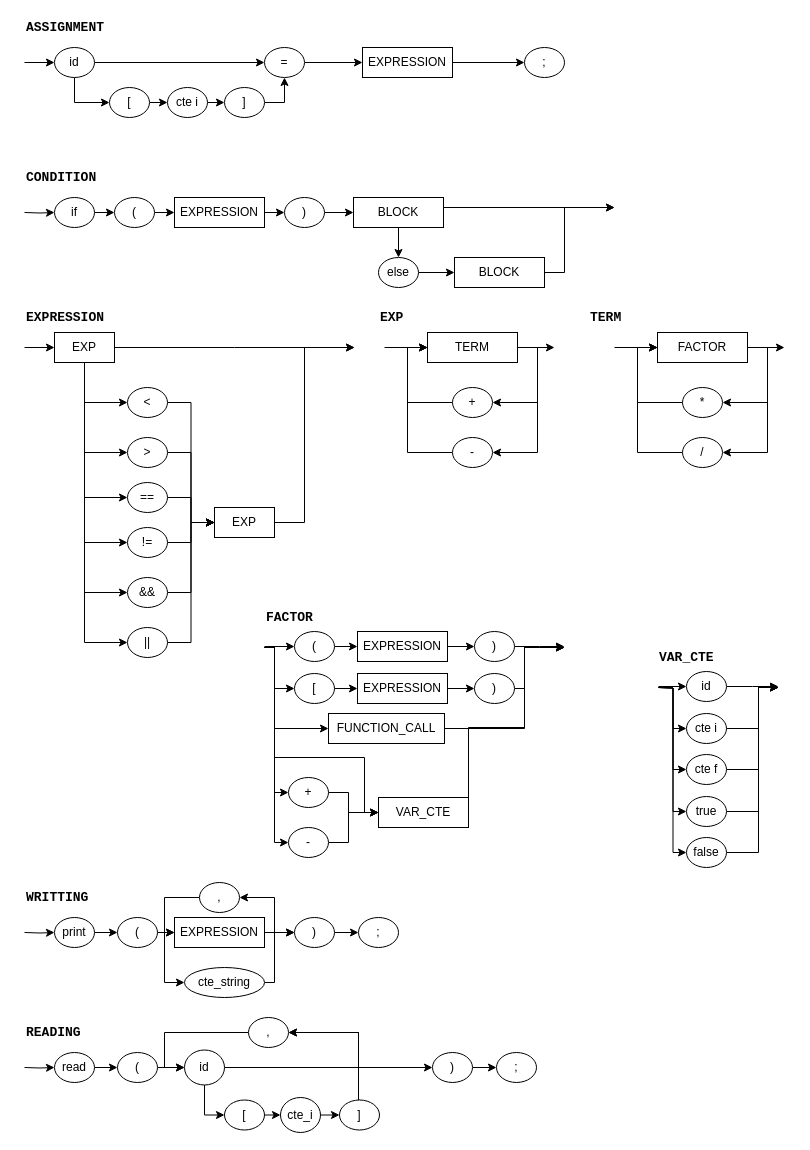
Above: page "Page-3" (3 of 4) of documentacion/diagramasGramaticaMaps.drawio in RCH010/manchas (draw.io), before the change. Source tidied: cells renumbered, new cells numbered last; positions are measured from the earlier drawing's top-left corner, leaving out a move shared by most shapes. Both pictures are drawn from the tidied source at 100%, with x=0, y=0 at pixel (24, 17).
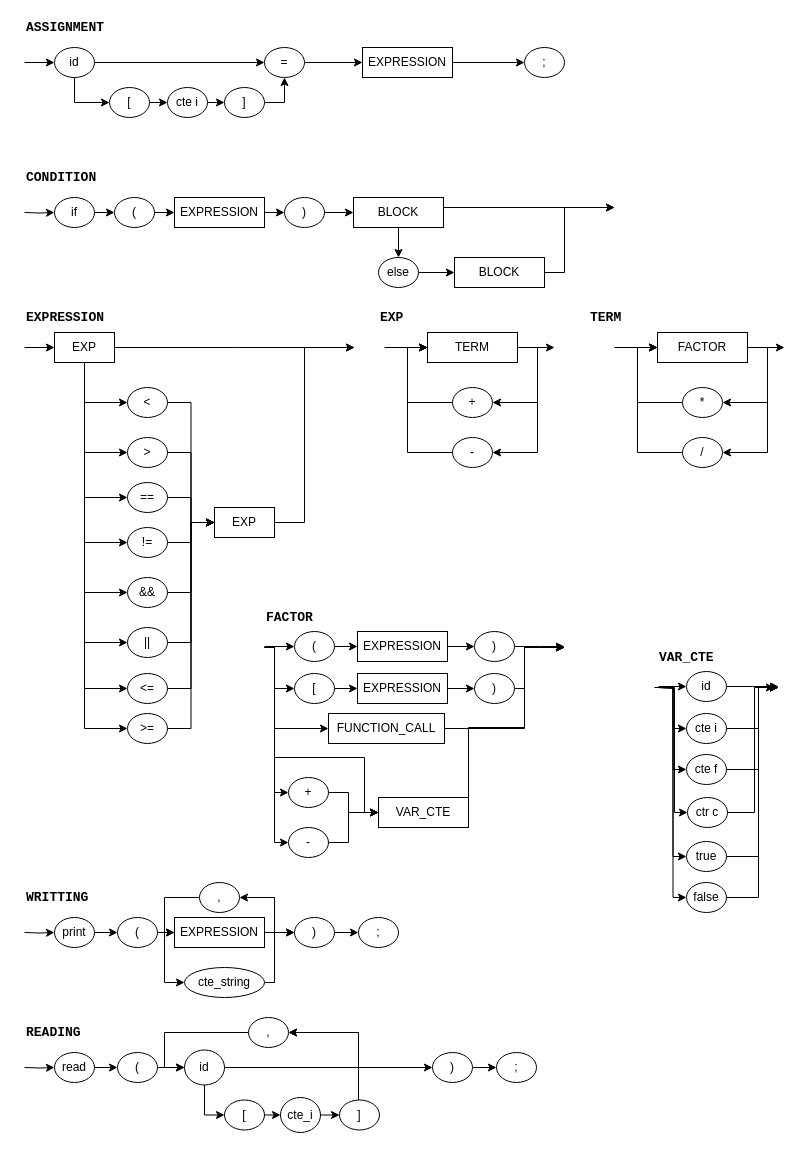
After the change.

The change refers to these unchanged cells:
```xml
<mxCell id="44" value="EXP" style="whiteSpace=wrap;html=1;" parent="1" vertex="1">
  <mxGeometry x="30" y="315" width="60" height="30" as="geometry" />
</mxCell>
<mxCell id="58" value="EXP" style="whiteSpace=wrap;html=1;" parent="1" vertex="1">
  <mxGeometry x="190" y="490" width="60" height="30" as="geometry" />
</mxCell>
```

Diff of the diagram source:
```diff
@@
     <mxCell id="104" style="edgeStyle=orthogonalEdgeStyle;rounded=0;jettySize=auto;html=1;exitX=1;exitY=0.5;exitDx=0;exitDy=0;fontFamily=Courier New;fontSize=13;startArrow=none;startFill=0;endArrow=classic;endFill=1;" parent="1" edge="1" source="105">
       <mxGeometry relative="1" as="geometry">
         <mxPoint x="754" y="670" as="targetPoint" />
         <Array as="points">
-          <mxPoint x="734" y="794" />
+          <mxPoint x="734" y="839" />
           <mxPoint x="734" y="670" />
         </Array>
       </mxGeometry>
     </mxCell>
     <mxCell id="105" value="true" style="ellipse;whiteSpace=wrap;html=1;" parent="1" vertex="1">
-      <mxGeometry x="662" y="779" width="40" height="30" as="geometry" />
+      <mxGeometry x="662" y="824" width="40" height="30" as="geometry" />
     </mxCell>
     <mxCell id="106" style="edgeStyle=orthogonalEdgeStyle;rounded=0;jettySize=auto;html=1;exitX=1;exitY=0.5;exitDx=0;exitDy=0;fontFamily=Courier New;fontSize=13;startArrow=none;startFill=0;endArrow=classic;endFill=1;" parent="1" edge="1" source="107">
       <mxGeometry relative="1" as="geometry">
         <mxPoint x="754" y="670" as="targetPoint" />
         <Array as="points">
-          <mxPoint x="734" y="835" />
+          <mxPoint x="734" y="880" />
           <mxPoint x="734" y="670" />
         </Array>
       </mxGeometry>
     </mxCell>
     <mxCell id="107" value="false" style="ellipse;whiteSpace=wrap;html=1;" parent="1" vertex="1">
-      <mxGeometry x="662" y="820" width="40" height="30" as="geometry" />
+      <mxGeometry x="662" y="865" width="40" height="30" as="geometry" />
     </mxCell>
@@
+    <mxCell id="160" style="edgeStyle=orthogonalEdgeStyle;rounded=0;jettySize=auto;html=1;exitX=1;exitY=0.5;exitDx=0;exitDy=0;entryX=0;entryY=0.5;entryDx=0;entryDy=0;" parent="1" edge="1" source="161" target="58">
+      <mxGeometry relative="1" as="geometry" />
+    </mxCell>
+    <mxCell id="161" value="&amp;lt;=" style="ellipse;whiteSpace=wrap;html=1;" parent="1" vertex="1">
+      <mxGeometry x="103" y="656" width="40" height="30" as="geometry" />
+    </mxCell>
+    <mxCell id="162" style="edgeStyle=orthogonalEdgeStyle;rounded=0;jettySize=auto;html=1;exitX=1;exitY=0.5;exitDx=0;exitDy=0;entryX=0;entryY=0.5;entryDx=0;entryDy=0;" parent="1" edge="1" source="163" target="58">
+      <mxGeometry relative="1" as="geometry" />
+    </mxCell>
+    <mxCell id="163" value="&amp;gt;=" style="ellipse;whiteSpace=wrap;html=1;" parent="1" vertex="1">
+      <mxGeometry x="103" y="696" width="40" height="30" as="geometry" />
+    </mxCell>
+    <mxCell id="164" style="edgeStyle=orthogonalEdgeStyle;rounded=0;jettySize=auto;html=1;exitX=0.5;exitY=1;exitDx=0;exitDy=0;entryX=0;entryY=0.5;entryDx=0;entryDy=0;fontFamily=Courier New;fontSize=13;startArrow=none;startFill=0;endArrow=classic;endFill=1;" parent="1" edge="1" source="44" target="161">
+      <mxGeometry relative="1" as="geometry">
+        <Array as="points">
+          <mxPoint x="60" y="671" />
+        </Array>
+      </mxGeometry>
+    </mxCell>
+    <mxCell id="165" style="edgeStyle=orthogonalEdgeStyle;rounded=0;jettySize=auto;html=1;exitX=0.5;exitY=1;exitDx=0;exitDy=0;fontFamily=Courier New;fontSize=13;startArrow=none;startFill=0;endArrow=classic;endFill=1;entryX=0;entryY=0.5;entryDx=0;entryDy=0;" parent="1" edge="1" source="44" target="163">
+      <mxGeometry relative="1" as="geometry">
+        <Array as="points">
+          <mxPoint x="60" y="711" />
+        </Array>
+      </mxGeometry>
+    </mxCell>
+    <mxCell id="166" style="edgeStyle=orthogonalEdgeStyle;rounded=0;jettySize=auto;html=1;exitX=1;exitY=0.5;exitDx=0;exitDy=0;" parent="1" edge="1" source="167">
+      <mxGeometry relative="1" as="geometry">
+        <mxPoint x="750" y="670" as="targetPoint" />
+        <Array as="points">
+          <mxPoint x="730" y="795" />
+          <mxPoint x="730" y="670" />
+        </Array>
+      </mxGeometry>
+    </mxCell>
+    <mxCell id="167" value="ctr c" style="ellipse;whiteSpace=wrap;html=1;" parent="1" vertex="1">
+      <mxGeometry x="663" y="780" width="40" height="30" as="geometry" />
+    </mxCell>
+    <mxCell id="168" style="endArrow=classic;html=1;entryX=0;entryY=0.5;entryDx=0;entryDy=0;rounded=0;edgeStyle=orthogonalEdgeStyle;" parent="1" edge="1" target="167">
+      <mxGeometry relative="1" as="geometry">
+        <mxPoint x="630" y="670" as="sourcePoint" />
+        <Array as="points">
+          <mxPoint x="650" y="670" />
+          <mxPoint x="650" y="795" />
+        </Array>
+      </mxGeometry>
+    </mxCell>
```
